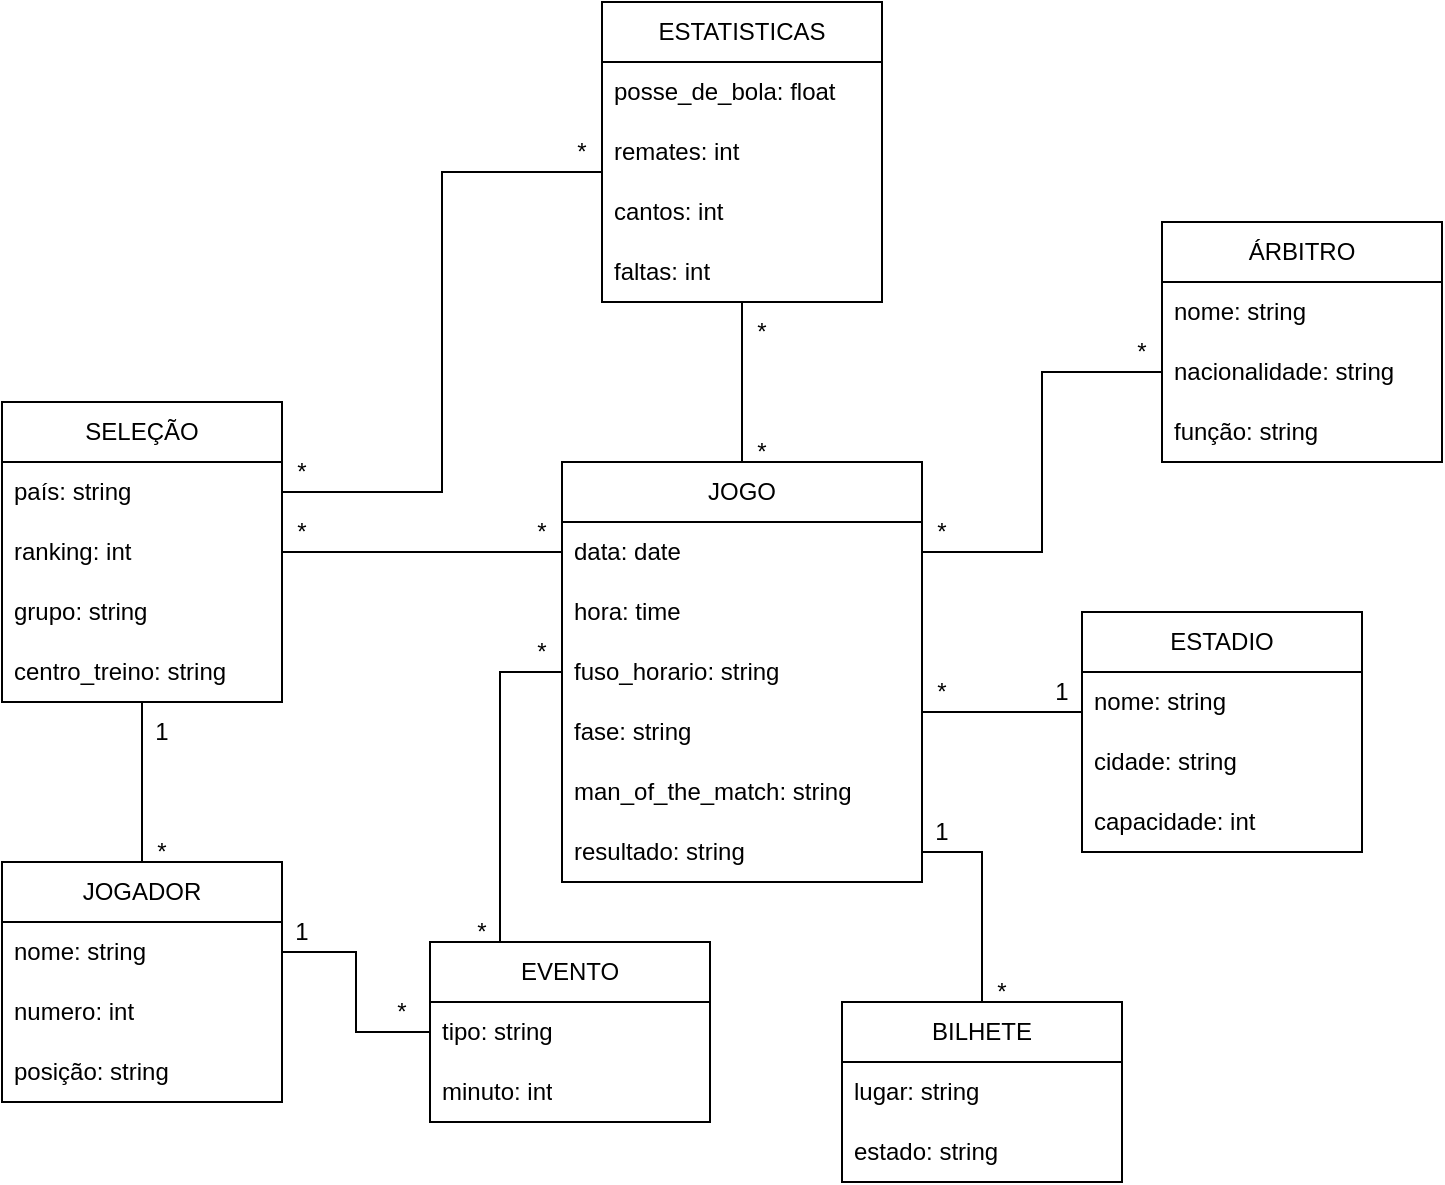
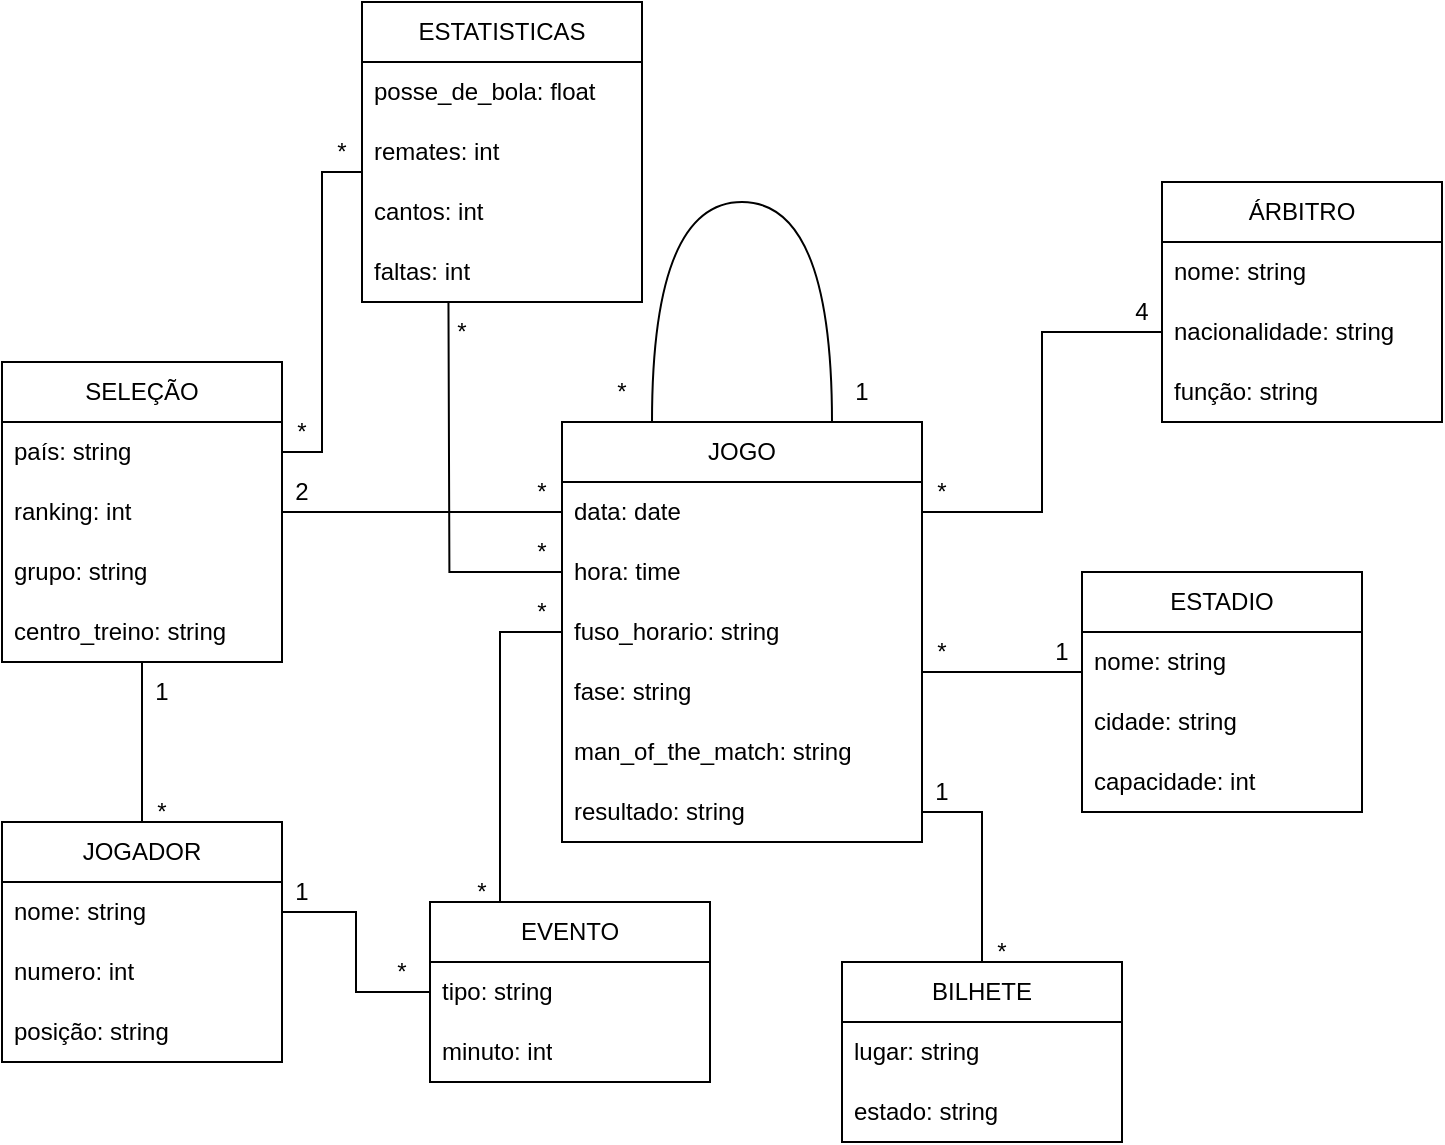
<mxfile host="app.diagrams.net">
  <diagram name="Página-1" id="ozBQotj8Y_7p-ZT_WO5s">
    <mxGraphModel dx="988" dy="619" grid="1" gridSize="10" guides="1" tooltips="1" connect="1" arrows="1" fold="1" page="1" pageScale="1" pageWidth="827" pageHeight="1169" math="0" shadow="0">
      <root>
        <mxCell id="0" />
        <mxCell id="1" parent="0" />
        <mxCell id="yxhfCBItAHBspipDqdAE-13" edge="1" parent="1" source="yxhfCBItAHBspipDqdAE-5" style="edgeStyle=orthogonalEdgeStyle;rounded=0;orthogonalLoop=1;jettySize=auto;html=1;endArrow=none;endFill=0;exitX=0;exitY=0.5;exitDx=0;exitDy=0;entryX=0.25;entryY=0;entryDx=0;entryDy=0;" target="yxhfCBItAHBspipDqdAE-35" value="">
          <mxGeometry relative="1" as="geometry">
            <mxPoint x="360" y="340" as="sourcePoint" />
            <mxPoint x="300" y="465" as="targetPoint" />
          </mxGeometry>
        </mxCell>
-         <mxCell id="yxhfCBItAHBspipDqdAE-57" edge="1" parent="1" source="yxhfCBItAHBspipDqdAE-2" style="rounded=0;orthogonalLoop=1;jettySize=auto;html=1;endArrow=none;endFill=0;" value="">
-           <mxGeometry relative="1" as="geometry">
-             <mxPoint x="430" y="160" as="targetPoint" />
+         <mxCell id="yxhfCBItAHBspipDqdAE-57" edge="1" parent="1" source="yxhfCBItAHBspipDqdAE-4" style="rounded=0;orthogonalLoop=1;jettySize=auto;html=1;endArrow=none;endFill=0;entryX=0.489;entryY=1.073;entryDx=0;entryDy=0;entryPerimeter=0;edgeStyle=orthogonalEdgeStyle;exitX=0;exitY=0.5;exitDx=0;exitDy=0;" value="">
+           <mxGeometry relative="1" as="geometry">
+             <mxPoint x="404.77" y="237.81" as="sourcePoint" />
+             <mxPoint x="283.23" y="180.00000000000006" as="targetPoint" />
+           </mxGeometry>
+         </mxCell>
+         <mxCell id="eQFXZ0zZ46FFMu1ENiQI-6" edge="1" parent="1" source="yxhfCBItAHBspipDqdAE-2" style="edgeStyle=orthogonalEdgeStyle;rounded=1;orthogonalLoop=1;jettySize=auto;html=1;exitX=0.75;exitY=0;exitDx=0;exitDy=0;elbow=vertical;curved=1;entryX=0.25;entryY=0;entryDx=0;entryDy=0;endArrow=none;endFill=0;" target="yxhfCBItAHBspipDqdAE-2">
+           <mxGeometry relative="1" as="geometry">
+             <Array as="points">
+               <mxPoint x="475" y="130" />
+               <mxPoint x="385" y="130" />
+             </Array>
+             <mxPoint x="390" y="230" as="targetPoint" />
          </mxGeometry>
        </mxCell>
        <mxCell id="yxhfCBItAHBspipDqdAE-2" parent="1" style="swimlane;fontStyle=0;childLayout=stackLayout;horizontal=1;startSize=30;horizontalStack=0;resizeParent=1;resizeParentMax=0;resizeLast=0;collapsible=1;marginBottom=0;whiteSpace=wrap;html=1;" value="JOGO" vertex="1">
          <mxGeometry height="210" width="180" x="340" y="240" as="geometry">
            <mxRectangle height="30" width="70" x="340" y="260" as="alternateBounds" />
          </mxGeometry>
        </mxCell>
        <mxCell id="yxhfCBItAHBspipDqdAE-3" parent="yxhfCBItAHBspipDqdAE-2" style="text;strokeColor=none;fillColor=none;align=left;verticalAlign=middle;spacingLeft=4;spacingRight=4;overflow=hidden;points=[[0,0.5],[1,0.5]];portConstraint=eastwest;rotatable=0;whiteSpace=wrap;html=1;" value="data: date" vertex="1">
          <mxGeometry height="30" width="180" y="30" as="geometry" />
        </mxCell>
        <mxCell id="yxhfCBItAHBspipDqdAE-4" parent="yxhfCBItAHBspipDqdAE-2" style="text;strokeColor=none;fillColor=none;align=left;verticalAlign=middle;spacingLeft=4;spacingRight=4;overflow=hidden;points=[[0,0.5],[1,0.5]];portConstraint=eastwest;rotatable=0;whiteSpace=wrap;html=1;" value="hora: time" vertex="1">
          <mxGeometry height="30" width="180" y="60" as="geometry" />
        </mxCell>
        <mxCell id="yxhfCBItAHBspipDqdAE-5" parent="yxhfCBItAHBspipDqdAE-2" style="text;strokeColor=none;fillColor=none;align=left;verticalAlign=middle;spacingLeft=4;spacingRight=4;overflow=hidden;points=[[0,0.5],[1,0.5]];portConstraint=eastwest;rotatable=0;whiteSpace=wrap;html=1;" value="fuso_horario: string" vertex="1">
          <mxGeometry height="30" width="180" y="90" as="geometry" />
        </mxCell>
        <mxCell id="yxhfCBItAHBspipDqdAE-7" parent="yxhfCBItAHBspipDqdAE-2" style="text;strokeColor=none;fillColor=none;align=left;verticalAlign=middle;spacingLeft=4;spacingRight=4;overflow=hidden;points=[[0,0.5],[1,0.5]];portConstraint=eastwest;rotatable=0;whiteSpace=wrap;html=1;" value="fase: string" vertex="1">
          <mxGeometry height="30" width="180" y="120" as="geometry" />
        </mxCell>
        <mxCell id="yxhfCBItAHBspipDqdAE-74" parent="yxhfCBItAHBspipDqdAE-2" style="text;strokeColor=none;fillColor=none;align=left;verticalAlign=middle;spacingLeft=4;spacingRight=4;overflow=hidden;points=[[0,0.5],[1,0.5]];portConstraint=eastwest;rotatable=0;whiteSpace=wrap;html=1;" value="man_of_the_match: string" vertex="1">
          <mxGeometry height="30" width="180" y="150" as="geometry" />
        </mxCell>
        <mxCell id="eQFXZ0zZ46FFMu1ENiQI-1" parent="yxhfCBItAHBspipDqdAE-2" style="text;strokeColor=none;fillColor=none;align=left;verticalAlign=middle;spacingLeft=4;spacingRight=4;overflow=hidden;points=[[0,0.5],[1,0.5]];portConstraint=eastwest;rotatable=0;whiteSpace=wrap;html=1;" value="resultado: string" vertex="1">
          <mxGeometry height="30" width="180" y="180" as="geometry" />
        </mxCell>
        <mxCell id="yxhfCBItAHBspipDqdAE-42" edge="1" parent="1" style="rounded=0;orthogonalLoop=1;jettySize=auto;html=1;endArrow=none;endFill=0;entryX=1;entryY=0.5;entryDx=0;entryDy=0;" value="">
          <mxGeometry relative="1" as="geometry">
            <mxPoint x="600" y="365" as="sourcePoint" />
            <mxPoint x="520" y="365" as="targetPoint" />
          </mxGeometry>
        </mxCell>
        <mxCell id="yxhfCBItAHBspipDqdAE-8" parent="1" style="swimlane;fontStyle=0;childLayout=stackLayout;horizontal=1;startSize=30;horizontalStack=0;resizeParent=1;resizeParentMax=0;resizeLast=0;collapsible=1;marginBottom=0;whiteSpace=wrap;html=1;" value="ESTADIO" vertex="1">
          <mxGeometry height="120" width="140" x="600" y="315" as="geometry" />
        </mxCell>
        <mxCell id="yxhfCBItAHBspipDqdAE-9" parent="yxhfCBItAHBspipDqdAE-8" style="text;strokeColor=none;fillColor=none;align=left;verticalAlign=middle;spacingLeft=4;spacingRight=4;overflow=hidden;points=[[0,0.5],[1,0.5]];portConstraint=eastwest;rotatable=0;whiteSpace=wrap;html=1;" value="nome: string" vertex="1">
          <mxGeometry height="30" width="140" y="30" as="geometry" />
        </mxCell>
        <mxCell id="yxhfCBItAHBspipDqdAE-10" parent="yxhfCBItAHBspipDqdAE-8" style="text;strokeColor=none;fillColor=none;align=left;verticalAlign=middle;spacingLeft=4;spacingRight=4;overflow=hidden;points=[[0,0.5],[1,0.5]];portConstraint=eastwest;rotatable=0;whiteSpace=wrap;html=1;" value="cidade: string" vertex="1">
          <mxGeometry height="30" width="140" y="60" as="geometry" />
        </mxCell>
        <mxCell id="yxhfCBItAHBspipDqdAE-11" parent="yxhfCBItAHBspipDqdAE-8" style="text;strokeColor=none;fillColor=none;align=left;verticalAlign=middle;spacingLeft=4;spacingRight=4;overflow=hidden;points=[[0,0.5],[1,0.5]];portConstraint=eastwest;rotatable=0;whiteSpace=wrap;html=1;" value="capacidade: int" vertex="1">
          <mxGeometry height="30" width="140" y="90" as="geometry" />
        </mxCell>
        <mxCell id="yxhfCBItAHBspipDqdAE-15" parent="1" style="text;html=1;whiteSpace=wrap;strokeColor=none;fillColor=none;align=center;verticalAlign=middle;rounded=0;" value="*" vertex="1">
          <mxGeometry height="30" width="60" x="300" y="320" as="geometry" />
        </mxCell>
        <mxCell id="yxhfCBItAHBspipDqdAE-16" parent="1" style="text;html=1;whiteSpace=wrap;strokeColor=none;fillColor=none;align=center;verticalAlign=middle;rounded=0;" value="*" vertex="1">
          <mxGeometry height="30" width="60" x="270" y="460" as="geometry" />
        </mxCell>
        <mxCell id="yxhfCBItAHBspipDqdAE-24" edge="1" parent="1" source="yxhfCBItAHBspipDqdAE-19" style="rounded=0;orthogonalLoop=1;jettySize=auto;html=1;endArrow=none;endFill=0;entryX=0;entryY=0.5;entryDx=0;entryDy=0;" target="yxhfCBItAHBspipDqdAE-3" value="">
          <mxGeometry relative="1" as="geometry">
            <mxPoint x="330" y="275" as="targetPoint" />
          </mxGeometry>
        </mxCell>
        <mxCell id="yxhfCBItAHBspipDqdAE-19" parent="1" style="swimlane;fontStyle=0;childLayout=stackLayout;horizontal=1;startSize=30;horizontalStack=0;resizeParent=1;resizeParentMax=0;resizeLast=0;collapsible=1;marginBottom=0;whiteSpace=wrap;html=1;" value="SELEÇÃO" vertex="1">
          <mxGeometry height="150" width="140" x="60" y="210" as="geometry" />
        </mxCell>
        <mxCell id="yxhfCBItAHBspipDqdAE-20" parent="yxhfCBItAHBspipDqdAE-19" style="text;strokeColor=none;fillColor=none;align=left;verticalAlign=middle;spacingLeft=4;spacingRight=4;overflow=hidden;points=[[0,0.5],[1,0.5]];portConstraint=eastwest;rotatable=0;whiteSpace=wrap;html=1;" value="país: string" vertex="1">
          <mxGeometry height="30" width="140" y="30" as="geometry" />
        </mxCell>
        <mxCell id="yxhfCBItAHBspipDqdAE-21" parent="yxhfCBItAHBspipDqdAE-19" style="text;strokeColor=none;fillColor=none;align=left;verticalAlign=middle;spacingLeft=4;spacingRight=4;overflow=hidden;points=[[0,0.5],[1,0.5]];portConstraint=eastwest;rotatable=0;whiteSpace=wrap;html=1;" value="ranking: int" vertex="1">
          <mxGeometry height="30" width="140" y="60" as="geometry" />
        </mxCell>
        <mxCell id="yxhfCBItAHBspipDqdAE-22" parent="yxhfCBItAHBspipDqdAE-19" style="text;strokeColor=none;fillColor=none;align=left;verticalAlign=middle;spacingLeft=4;spacingRight=4;overflow=hidden;points=[[0,0.5],[1,0.5]];portConstraint=eastwest;rotatable=0;whiteSpace=wrap;html=1;" value="grupo: string" vertex="1">
          <mxGeometry height="30" width="140" y="90" as="geometry" />
        </mxCell>
        <mxCell id="yxhfCBItAHBspipDqdAE-23" parent="yxhfCBItAHBspipDqdAE-19" style="text;strokeColor=none;fillColor=none;align=left;verticalAlign=middle;spacingLeft=4;spacingRight=4;overflow=hidden;points=[[0,0.5],[1,0.5]];portConstraint=eastwest;rotatable=0;whiteSpace=wrap;html=1;" value="centro_treino: string" vertex="1">
          <mxGeometry height="30" width="140" y="120" as="geometry" />
        </mxCell>
        <mxCell id="yxhfCBItAHBspipDqdAE-32" edge="1" parent="1" source="yxhfCBItAHBspipDqdAE-27" style="rounded=0;orthogonalLoop=1;jettySize=auto;html=1;endArrow=none;endFill=0;" target="yxhfCBItAHBspipDqdAE-23" value="">
          <mxGeometry relative="1" as="geometry" />
        </mxCell>
        <mxCell id="yxhfCBItAHBspipDqdAE-27" parent="1" style="swimlane;fontStyle=0;childLayout=stackLayout;horizontal=1;startSize=30;horizontalStack=0;resizeParent=1;resizeParentMax=0;resizeLast=0;collapsible=1;marginBottom=0;whiteSpace=wrap;html=1;" value="JOGADOR" vertex="1">
          <mxGeometry height="120" width="140" x="60" y="440" as="geometry" />
        </mxCell>
        <mxCell id="yxhfCBItAHBspipDqdAE-28" parent="yxhfCBItAHBspipDqdAE-27" style="text;strokeColor=none;fillColor=none;align=left;verticalAlign=middle;spacingLeft=4;spacingRight=4;overflow=hidden;points=[[0,0.5],[1,0.5]];portConstraint=eastwest;rotatable=0;whiteSpace=wrap;html=1;" value="nome: string" vertex="1">
          <mxGeometry height="30" width="140" y="30" as="geometry" />
        </mxCell>
        <mxCell id="yxhfCBItAHBspipDqdAE-29" parent="yxhfCBItAHBspipDqdAE-27" style="text;strokeColor=none;fillColor=none;align=left;verticalAlign=middle;spacingLeft=4;spacingRight=4;overflow=hidden;points=[[0,0.5],[1,0.5]];portConstraint=eastwest;rotatable=0;whiteSpace=wrap;html=1;" value="numero: int" vertex="1">
          <mxGeometry height="30" width="140" y="60" as="geometry" />
        </mxCell>
        <mxCell id="yxhfCBItAHBspipDqdAE-30" parent="yxhfCBItAHBspipDqdAE-27" style="text;strokeColor=none;fillColor=none;align=left;verticalAlign=middle;spacingLeft=4;spacingRight=4;overflow=hidden;points=[[0,0.5],[1,0.5]];portConstraint=eastwest;rotatable=0;whiteSpace=wrap;html=1;" value="posição: string" vertex="1">
          <mxGeometry height="30" width="140" y="90" as="geometry" />
        </mxCell>
        <mxCell id="yxhfCBItAHBspipDqdAE-33" parent="1" style="text;html=1;whiteSpace=wrap;strokeColor=none;fillColor=none;align=center;verticalAlign=middle;rounded=0;" value="*" vertex="1">
          <mxGeometry height="30" width="60" x="110" y="420" as="geometry" />
        </mxCell>
        <mxCell id="yxhfCBItAHBspipDqdAE-34" parent="1" style="text;html=1;whiteSpace=wrap;strokeColor=none;fillColor=none;align=center;verticalAlign=middle;rounded=0;" value="1" vertex="1">
          <mxGeometry height="30" width="60" x="110" y="360" as="geometry" />
        </mxCell>
        <mxCell id="yxhfCBItAHBspipDqdAE-35" parent="1" style="swimlane;fontStyle=0;childLayout=stackLayout;horizontal=1;startSize=30;horizontalStack=0;resizeParent=1;resizeParentMax=0;resizeLast=0;collapsible=1;marginBottom=0;whiteSpace=wrap;html=1;" value="EVENTO" vertex="1">
          <mxGeometry height="90" width="140" x="274" y="480" as="geometry" />
        </mxCell>
        <mxCell id="yxhfCBItAHBspipDqdAE-36" parent="yxhfCBItAHBspipDqdAE-35" style="text;strokeColor=none;fillColor=none;align=left;verticalAlign=middle;spacingLeft=4;spacingRight=4;overflow=hidden;points=[[0,0.5],[1,0.5]];portConstraint=eastwest;rotatable=0;whiteSpace=wrap;html=1;" value="tipo: string" vertex="1">
          <mxGeometry height="30" width="140" y="30" as="geometry" />
        </mxCell>
        <mxCell id="yxhfCBItAHBspipDqdAE-61" parent="yxhfCBItAHBspipDqdAE-35" style="text;strokeColor=none;fillColor=none;align=left;verticalAlign=middle;spacingLeft=4;spacingRight=4;overflow=hidden;points=[[0,0.5],[1,0.5]];portConstraint=eastwest;rotatable=0;whiteSpace=wrap;html=1;" value="minuto: int" vertex="1">
          <mxGeometry height="30" width="140" y="60" as="geometry" />
        </mxCell>
        <mxCell id="yxhfCBItAHBspipDqdAE-39" edge="1" parent="1" source="yxhfCBItAHBspipDqdAE-28" style="edgeStyle=orthogonalEdgeStyle;rounded=0;orthogonalLoop=1;jettySize=auto;html=1;endArrow=none;endFill=0;" target="yxhfCBItAHBspipDqdAE-36" value="">
          <mxGeometry relative="1" as="geometry" />
        </mxCell>
        <mxCell id="yxhfCBItAHBspipDqdAE-40" parent="1" style="text;html=1;whiteSpace=wrap;strokeColor=none;fillColor=none;align=center;verticalAlign=middle;rounded=0;" value="1" vertex="1">
          <mxGeometry height="30" width="60" x="180" y="460" as="geometry" />
        </mxCell>
        <mxCell id="yxhfCBItAHBspipDqdAE-41" parent="1" style="text;html=1;whiteSpace=wrap;strokeColor=none;fillColor=none;align=center;verticalAlign=middle;rounded=0;" value="*" vertex="1">
          <mxGeometry height="30" width="60" x="230" y="500" as="geometry" />
        </mxCell>
        <mxCell id="yxhfCBItAHBspipDqdAE-43" parent="1" style="text;html=1;whiteSpace=wrap;strokeColor=none;fillColor=none;align=center;verticalAlign=middle;rounded=0;" value="1" vertex="1">
          <mxGeometry height="30" width="20" x="580" y="340" as="geometry" />
        </mxCell>
        <mxCell id="yxhfCBItAHBspipDqdAE-45" parent="1" style="text;html=1;whiteSpace=wrap;strokeColor=none;fillColor=none;align=center;verticalAlign=middle;rounded=0;" value="*" vertex="1">
          <mxGeometry height="30" width="20" x="520" y="340" as="geometry" />
        </mxCell>
        <mxCell id="yxhfCBItAHBspipDqdAE-50" edge="1" parent="1" source="yxhfCBItAHBspipDqdAE-46" style="rounded=0;orthogonalLoop=1;jettySize=auto;html=1;endArrow=none;endFill=0;edgeStyle=orthogonalEdgeStyle;entryX=1;entryY=0.5;entryDx=0;entryDy=0;" target="eQFXZ0zZ46FFMu1ENiQI-1" value="">
          <mxGeometry relative="1" as="geometry">
            <mxPoint x="530" y="450" as="targetPoint" />
          </mxGeometry>
        </mxCell>
        <mxCell id="yxhfCBItAHBspipDqdAE-46" parent="1" style="swimlane;fontStyle=0;childLayout=stackLayout;horizontal=1;startSize=30;horizontalStack=0;resizeParent=1;resizeParentMax=0;resizeLast=0;collapsible=1;marginBottom=0;whiteSpace=wrap;html=1;" value="BILHETE" vertex="1">
          <mxGeometry height="90" width="140" x="480" y="510" as="geometry" />
        </mxCell>
        <mxCell id="yxhfCBItAHBspipDqdAE-47" parent="yxhfCBItAHBspipDqdAE-46" style="text;strokeColor=none;fillColor=none;align=left;verticalAlign=middle;spacingLeft=4;spacingRight=4;overflow=hidden;points=[[0,0.5],[1,0.5]];portConstraint=eastwest;rotatable=0;whiteSpace=wrap;html=1;" value="lugar: string" vertex="1">
          <mxGeometry height="30" width="140" y="30" as="geometry" />
        </mxCell>
        <mxCell id="yxhfCBItAHBspipDqdAE-48" parent="yxhfCBItAHBspipDqdAE-46" style="text;strokeColor=none;fillColor=none;align=left;verticalAlign=middle;spacingLeft=4;spacingRight=4;overflow=hidden;points=[[0,0.5],[1,0.5]];portConstraint=eastwest;rotatable=0;whiteSpace=wrap;html=1;" value="estado: string" vertex="1">
          <mxGeometry height="30" width="140" y="60" as="geometry" />
        </mxCell>
        <mxCell id="yxhfCBItAHBspipDqdAE-52" parent="1" style="text;html=1;whiteSpace=wrap;strokeColor=none;fillColor=none;align=center;verticalAlign=middle;rounded=0;" value="*" vertex="1">
          <mxGeometry height="30" width="20" x="550" y="490" as="geometry" />
        </mxCell>
        <mxCell id="yxhfCBItAHBspipDqdAE-58" parent="1" style="text;html=1;whiteSpace=wrap;strokeColor=none;fillColor=none;align=center;verticalAlign=middle;rounded=0;" value="*" vertex="1">
-           <mxGeometry height="30" width="20" x="430" y="160" as="geometry" />
+           <mxGeometry height="30" width="20" x="280" y="180" as="geometry" />
        </mxCell>
        <mxCell id="yxhfCBItAHBspipDqdAE-59" parent="1" style="text;html=1;whiteSpace=wrap;strokeColor=none;fillColor=none;align=center;verticalAlign=middle;rounded=0;" value="*" vertex="1">
-           <mxGeometry height="30" width="20" x="430" y="220" as="geometry" />
-         </mxCell>
-         <mxCell id="yxhfCBItAHBspipDqdAE-60" parent="1" style="text;html=1;whiteSpace=wrap;strokeColor=none;fillColor=none;align=center;verticalAlign=middle;rounded=0;" value="*" vertex="1">
+           <mxGeometry height="30" width="20" x="320" y="290" as="geometry" />
+         </mxCell>
+         <mxCell id="yxhfCBItAHBspipDqdAE-60" parent="1" style="text;html=1;whiteSpace=wrap;strokeColor=none;fillColor=none;align=center;verticalAlign=middle;rounded=0;" value="2" vertex="1">
          <mxGeometry height="30" width="20" x="200" y="260" as="geometry" />
        </mxCell>
        <mxCell id="yxhfCBItAHBspipDqdAE-69" edge="1" parent="1" source="yxhfCBItAHBspipDqdAE-3" style="edgeStyle=orthogonalEdgeStyle;rounded=0;orthogonalLoop=1;jettySize=auto;html=1;entryX=0;entryY=0.5;entryDx=0;entryDy=0;startArrow=none;startFill=0;endArrow=none;endFill=0;" target="yxhfCBItAHBspipDqdAE-78" value="">
          <mxGeometry relative="1" as="geometry">
            <mxPoint x="630" y="185" as="targetPoint" />
          </mxGeometry>
        </mxCell>
-         <mxCell id="yxhfCBItAHBspipDqdAE-71" parent="1" style="text;html=1;whiteSpace=wrap;strokeColor=none;fillColor=none;align=center;verticalAlign=middle;rounded=0;" value="*" vertex="1">
+         <mxCell id="yxhfCBItAHBspipDqdAE-71" parent="1" style="text;html=1;whiteSpace=wrap;strokeColor=none;fillColor=none;align=center;verticalAlign=middle;rounded=0;" value="4" vertex="1">
          <mxGeometry height="30" width="20" x="620" y="170" as="geometry" />
        </mxCell>
        <mxCell id="yxhfCBItAHBspipDqdAE-72" parent="1" style="text;html=1;whiteSpace=wrap;strokeColor=none;fillColor=none;align=center;verticalAlign=middle;rounded=0;" value="*" vertex="1">
          <mxGeometry height="30" width="20" x="520" y="260" as="geometry" />
        </mxCell>
        <mxCell id="yxhfCBItAHBspipDqdAE-73" parent="1" style="text;html=1;whiteSpace=wrap;strokeColor=none;fillColor=none;align=center;verticalAlign=middle;rounded=0;" value="*" vertex="1">
          <mxGeometry height="30" width="20" x="320" y="260" as="geometry" />
        </mxCell>
        <mxCell id="yxhfCBItAHBspipDqdAE-75" parent="1" style="text;html=1;whiteSpace=wrap;strokeColor=none;fillColor=none;align=center;verticalAlign=middle;rounded=0;" value="1" vertex="1">
          <mxGeometry height="30" width="20" x="520" y="410" as="geometry" />
        </mxCell>
        <mxCell id="yxhfCBItAHBspipDqdAE-76" parent="1" style="swimlane;fontStyle=0;childLayout=stackLayout;horizontal=1;startSize=30;horizontalStack=0;resizeParent=1;resizeParentMax=0;resizeLast=0;collapsible=1;marginBottom=0;whiteSpace=wrap;html=1;" value="ÁRBITRO" vertex="1">
          <mxGeometry height="120" width="140" x="640" y="120" as="geometry" />
        </mxCell>
        <mxCell id="yxhfCBItAHBspipDqdAE-77" parent="yxhfCBItAHBspipDqdAE-76" style="text;strokeColor=none;fillColor=none;align=left;verticalAlign=middle;spacingLeft=4;spacingRight=4;overflow=hidden;points=[[0,0.5],[1,0.5]];portConstraint=eastwest;rotatable=0;whiteSpace=wrap;html=1;" value="nome: string" vertex="1">
          <mxGeometry height="30" width="140" y="30" as="geometry" />
        </mxCell>
        <mxCell id="yxhfCBItAHBspipDqdAE-78" parent="yxhfCBItAHBspipDqdAE-76" style="text;strokeColor=none;fillColor=none;align=left;verticalAlign=middle;spacingLeft=4;spacingRight=4;overflow=hidden;points=[[0,0.5],[1,0.5]];portConstraint=eastwest;rotatable=0;whiteSpace=wrap;html=1;" value="nacionalidade: string" vertex="1">
          <mxGeometry height="30" width="140" y="60" as="geometry" />
        </mxCell>
        <mxCell id="yxhfCBItAHBspipDqdAE-79" parent="yxhfCBItAHBspipDqdAE-76" style="text;strokeColor=none;fillColor=none;align=left;verticalAlign=middle;spacingLeft=4;spacingRight=4;overflow=hidden;points=[[0,0.5],[1,0.5]];portConstraint=eastwest;rotatable=0;whiteSpace=wrap;html=1;" value="função: string" vertex="1">
          <mxGeometry height="30" width="140" y="90" as="geometry" />
        </mxCell>
        <mxCell id="yxhfCBItAHBspipDqdAE-80" parent="1" style="swimlane;fontStyle=0;childLayout=stackLayout;horizontal=1;startSize=30;horizontalStack=0;resizeParent=1;resizeParentMax=0;resizeLast=0;collapsible=1;marginBottom=0;whiteSpace=wrap;html=1;" value="ESTATISTICAS" vertex="1">
-           <mxGeometry height="150" width="140" x="360" y="10" as="geometry" />
+           <mxGeometry height="150" width="140" x="240" y="30" as="geometry" />
        </mxCell>
        <mxCell id="yxhfCBItAHBspipDqdAE-81" parent="yxhfCBItAHBspipDqdAE-80" style="text;strokeColor=none;fillColor=none;align=left;verticalAlign=middle;spacingLeft=4;spacingRight=4;overflow=hidden;points=[[0,0.5],[1,0.5]];portConstraint=eastwest;rotatable=0;whiteSpace=wrap;html=1;" value="posse_de_bola: float" vertex="1">
          <mxGeometry height="30" width="140" y="30" as="geometry" />
        </mxCell>
        <mxCell id="yxhfCBItAHBspipDqdAE-82" parent="yxhfCBItAHBspipDqdAE-80" style="text;strokeColor=none;fillColor=none;align=left;verticalAlign=middle;spacingLeft=4;spacingRight=4;overflow=hidden;points=[[0,0.5],[1,0.5]];portConstraint=eastwest;rotatable=0;whiteSpace=wrap;html=1;" value="remates: int" vertex="1">
          <mxGeometry height="30" width="140" y="60" as="geometry" />
        </mxCell>
        <mxCell id="yxhfCBItAHBspipDqdAE-83" parent="yxhfCBItAHBspipDqdAE-80" style="text;strokeColor=none;fillColor=none;align=left;verticalAlign=middle;spacingLeft=4;spacingRight=4;overflow=hidden;points=[[0,0.5],[1,0.5]];portConstraint=eastwest;rotatable=0;whiteSpace=wrap;html=1;" value="cantos: int" vertex="1">
          <mxGeometry height="30" width="140" y="90" as="geometry" />
        </mxCell>
        <mxCell id="yxhfCBItAHBspipDqdAE-84" parent="yxhfCBItAHBspipDqdAE-80" style="text;strokeColor=none;fillColor=none;align=left;verticalAlign=middle;spacingLeft=4;spacingRight=4;overflow=hidden;points=[[0,0.5],[1,0.5]];portConstraint=eastwest;rotatable=0;whiteSpace=wrap;html=1;" value="faltas: int" vertex="1">
          <mxGeometry height="30" width="140" y="120" as="geometry" />
        </mxCell>
        <mxCell id="yxhfCBItAHBspipDqdAE-85" edge="1" parent="1" source="yxhfCBItAHBspipDqdAE-20" style="edgeStyle=orthogonalEdgeStyle;rounded=0;orthogonalLoop=1;jettySize=auto;html=1;entryX=-0.003;entryY=0.833;entryDx=0;entryDy=0;entryPerimeter=0;startArrow=none;startFill=0;endArrow=none;endFill=0;" target="yxhfCBItAHBspipDqdAE-82">
          <mxGeometry relative="1" as="geometry" />
        </mxCell>
        <mxCell id="yxhfCBItAHBspipDqdAE-86" parent="1" style="text;html=1;whiteSpace=wrap;strokeColor=none;fillColor=none;align=center;verticalAlign=middle;rounded=0;" value="*" vertex="1">
          <mxGeometry height="30" width="20" x="200" y="230" as="geometry" />
        </mxCell>
        <mxCell id="yxhfCBItAHBspipDqdAE-87" parent="1" style="text;html=1;whiteSpace=wrap;strokeColor=none;fillColor=none;align=center;verticalAlign=middle;rounded=0;" value="*" vertex="1">
-           <mxGeometry height="30" width="20" x="340" y="70" as="geometry" />
+           <mxGeometry height="30" width="20" x="220" y="90" as="geometry" />
+         </mxCell>
+         <mxCell id="eQFXZ0zZ46FFMu1ENiQI-7" parent="1" style="text;html=1;whiteSpace=wrap;strokeColor=none;fillColor=none;align=center;verticalAlign=middle;rounded=0;" value="1" vertex="1">
+           <mxGeometry height="30" width="20" x="480" y="210" as="geometry" />
+         </mxCell>
+         <mxCell id="eQFXZ0zZ46FFMu1ENiQI-8" parent="1" style="text;html=1;whiteSpace=wrap;strokeColor=none;fillColor=none;align=center;verticalAlign=middle;rounded=0;" value="*" vertex="1">
+           <mxGeometry height="30" width="20" x="360" y="210" as="geometry" />
        </mxCell>
      </root>
    </mxGraphModel>
  </diagram>
</mxfile>
